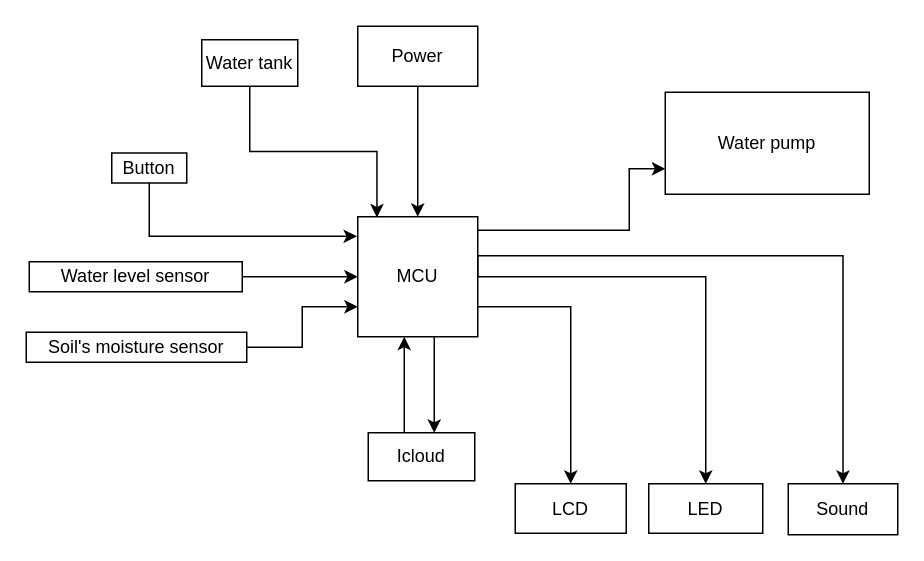
Before: Untitled Diagram.drawio in anhkhangluu/test-project, a draw.io diagram. Source tidied: cells renumbered, new cells numbered last; positions are measured from the earlier drawing's top-left corner, leaving out a move shared by most shapes. Both pictures are drawn from the tidied source at 150%, with x=0, y=0 at pixel (26, 26).
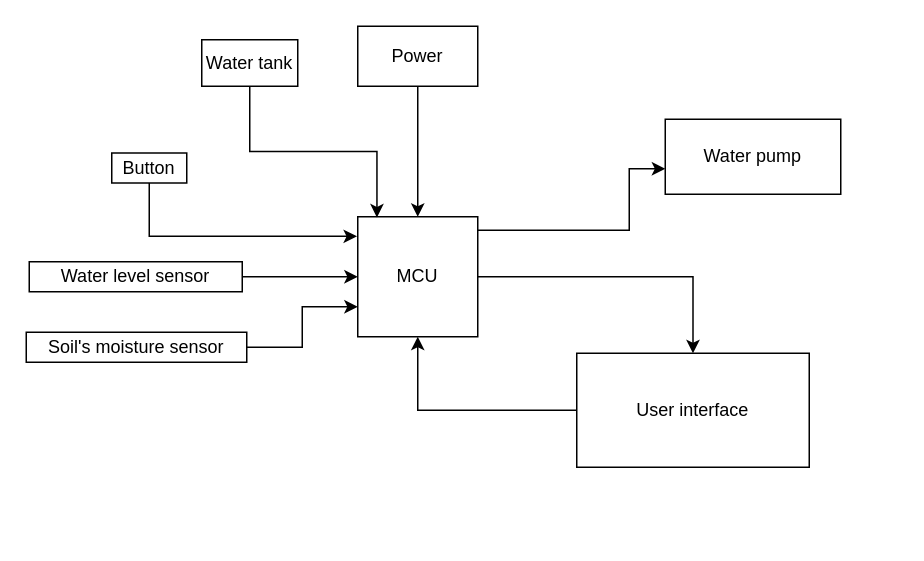
The same diagram, later.

Unchanged cells that the change refers to:
```xml
<mxCell id="7" value="MCU" style="whiteSpace=wrap;html=1;" parent="1" vertex="1">
  <mxGeometry x="221" y="127" width="80" height="80" as="geometry" />
</mxCell>
```

What changed in the source:
```diff
@@
-    <mxCell id="3" style="edgeStyle=orthogonalEdgeStyle;rounded=0;jettySize=auto;html=1;exitX=1;exitY=0.75;exitDx=0;exitDy=0;entryX=0.5;entryY=0;entryDx=0;entryDy=0;" parent="1" edge="1" source="7" target="13">
-      <mxGeometry relative="1" as="geometry">
-        <Array as="points">
-          <mxPoint x="363" y="187" />
-        </Array>
-      </mxGeometry>
-    </mxCell>
-    <mxCell id="4" style="edgeStyle=orthogonalEdgeStyle;rounded=0;jettySize=auto;html=1;" parent="1" edge="1" source="7" target="14">
-      <mxGeometry relative="1" as="geometry">
-        <Array as="points">
-          <mxPoint x="453" y="167" />
-        </Array>
-      </mxGeometry>
-    </mxCell>
-    <mxCell id="5" style="edgeStyle=orthogonalEdgeStyle;rounded=0;jettySize=auto;html=1;exitX=1;exitY=0.5;exitDx=0;exitDy=0;entryX=0.5;entryY=0;entryDx=0;entryDy=0;" parent="1" edge="1" source="7" target="15">
-      <mxGeometry relative="1" as="geometry">
-        <Array as="points">
-          <mxPoint x="301" y="153" />
-          <mxPoint x="545" y="153" />
-          <mxPoint x="545" y="305" />
-        </Array>
-      </mxGeometry>
-    </mxCell>
-    <mxCell id="6" style="edgeStyle=orthogonalEdgeStyle;rounded=0;jettySize=auto;html=1;" parent="1" edge="1" source="7" target="23">
-      <mxGeometry relative="1" as="geometry">
-        <Array as="points">
-          <mxPoint x="272" y="251" />
-          <mxPoint x="272" y="251" />
-        </Array>
-      </mxGeometry>
-    </mxCell>
+    <mxCell id="24" style="edgeStyle=orthogonalEdgeStyle;rounded=0;jettySize=auto;html=1;" parent="1" edge="1" source="7" target="26">
+      <mxGeometry relative="1" as="geometry" />
+    </mxCell>
@@
     <mxCell id="12" value="Water pump" style="whiteSpace=wrap;html=1;" parent="1" vertex="1">
-      <mxGeometry x="426" y="44" width="136" height="68" as="geometry" />
+      <mxGeometry x="426" y="62" width="117" height="50" as="geometry" />
     </mxCell>
-    <mxCell id="13" value="LCD" style="rounded=0;whiteSpace=wrap;html=1;" parent="1" vertex="1">
-      <mxGeometry x="326" y="305" width="74" height="33" as="geometry" />
-    </mxCell>
-    <mxCell id="14" value="LED" style="rounded=0;whiteSpace=wrap;html=1;" parent="1" vertex="1">
-      <mxGeometry x="415" y="305" width="76" height="33" as="geometry" />
-    </mxCell>
-    <mxCell id="15" value="Sound" style="rounded=0;whiteSpace=wrap;html=1;" parent="1" vertex="1">
-      <mxGeometry x="508" y="305" width="73" height="34" as="geometry" />
-    </mxCell>
@@
-    <mxCell id="22" style="edgeStyle=orthogonalEdgeStyle;rounded=0;jettySize=auto;html=1;" parent="1" edge="1" source="23" target="7">
-      <mxGeometry relative="1" as="geometry">
-        <Array as="points">
-          <mxPoint x="252" y="230" />
-          <mxPoint x="252" y="230" />
-        </Array>
-      </mxGeometry>
-    </mxCell>
-    <mxCell id="23" value="Icloud" style="rounded=0;whiteSpace=wrap;html=1;" parent="1" vertex="1">
-      <mxGeometry x="228" y="271" width="71" height="32" as="geometry" />
-    </mxCell>
+    <mxCell id="25" style="edgeStyle=orthogonalEdgeStyle;rounded=0;jettySize=auto;html=1;exitX=0;exitY=0.5;exitDx=0;exitDy=0;entryX=0.5;entryY=1;entryDx=0;entryDy=0;" parent="1" edge="1" source="26" target="7">
+      <mxGeometry relative="1" as="geometry" />
+    </mxCell>
+    <mxCell id="26" value="User interface" style="whiteSpace=wrap;html=1;" parent="1" vertex="1">
+      <mxGeometry x="367" y="218" width="155" height="76" as="geometry" />
+    </mxCell>
```
